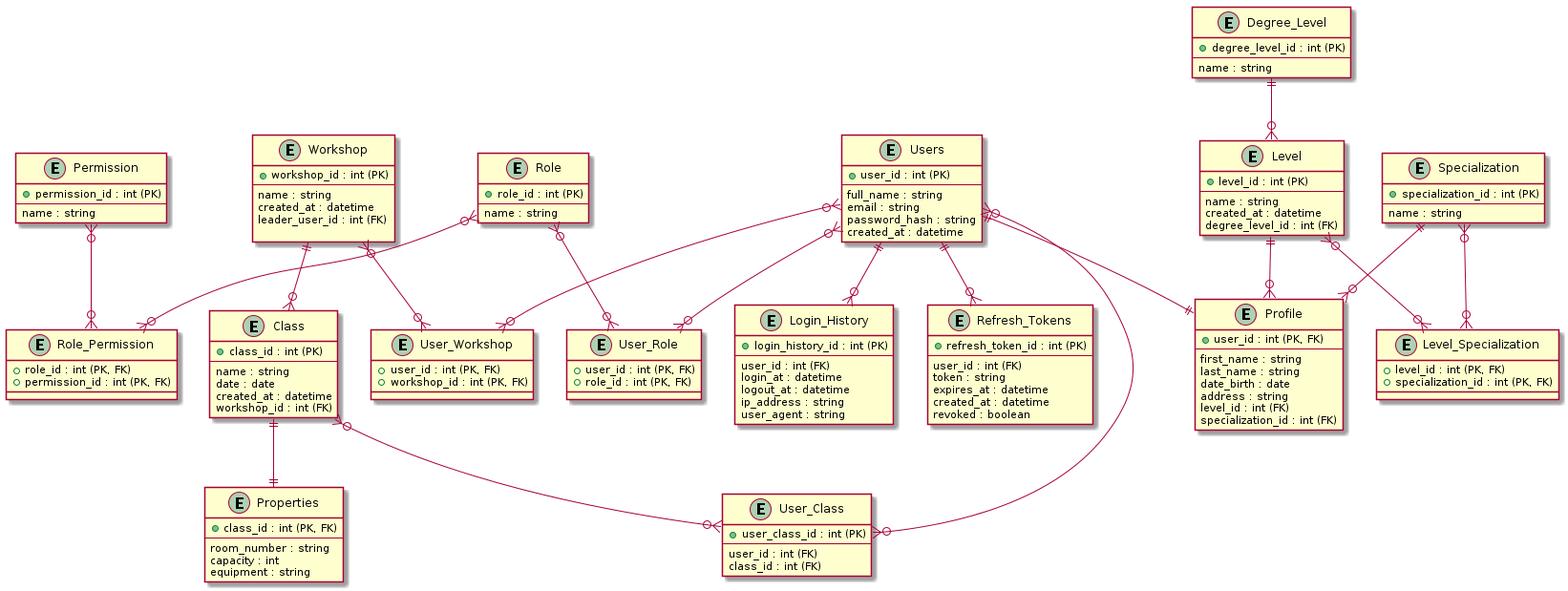
The PlantUML diagram Doc_Stu/Diagrams/Erd Diagram/erd.png in AbdelazizBenallou/Quickattend, before a commit. Its source is kept beside it as Doc_Stu/Diagrams/Erd Diagram/erd.puml. The source it was exported from:
```plantuml
@startuml
entity Users {
  +user_id : int (PK)
  --
  full_name : string
  email : string
  password_hash : string
  created_at : datetime
}

entity Workshop {
  +workshop_id : int (PK)
  --
  name : string
  created_at : datetime
  leader_user_id : int (FK)

}


entity User_Workshop {
  +user_id : int (PK, FK)
  +workshop_id : int (PK, FK)
}

Users }o--o{ User_Workshop
Workshop }o--o{ User_Workshop


top to bottom direction

entity Class {
  +class_id : int (PK)
  --
  name : string
  date : date
  created_at : datetime
  workshop_id : int (FK)
}

Workshop ||--o{ Class

entity Role {
  +role_id : int (PK)
  --
  name : string
}

entity Permission {
  +permission_id : int (PK)
  --
  name : string
}

entity Role_Permission {
  +role_id : int (PK, FK)
  +permission_id : int (PK, FK)
}

entity User_Role {
  +user_id : int (PK, FK)
  +role_id : int (PK, FK)
}


Role }o--o{ Role_Permission
Permission }o--o{ Role_Permission
Users }o--o{ User_Role
Role }o--o{ User_Role


entity Profile {
  +user_id : int (PK, FK)
  --
  first_name : string
  last_name : string
  date_birth : date
  address : string
  level_id : int (FK)
  specialization_id : int (FK)
}

entity Level {
  +level_id : int (PK)
  --
  name : string
  created_at : datetime
  degree_level_id : int (FK)
}

entity Specialization {
  +specialization_id : int (PK)
  --
  name : string
}

entity Degree_Level {
  +degree_level_id : int (PK)
  --
  name : string
}

entity Level_Specialization {
  +level_id : int (PK, FK)
  +specialization_id : int (PK, FK)
}

entity User_Class {
  +user_class_id : int (PK)
  --
  user_id : int (FK)
  class_id : int (FK)
}

entity Properties {
  +class_id : int (PK, FK)
  --
  room_number : string
  capacity : int
  equipment : string
}


entity Login_History {
  +login_history_id : int (PK)
  --
  user_id : int (FK)
  login_at : datetime
  logout_at : datetime
  ip_address : string
  user_agent : string
}

entity Refresh_Tokens {
  +refresh_token_id : int (PK)
  --
  user_id : int (FK)
  token : string
  expires_at : datetime
  created_at : datetime
  revoked : boolean
}

Users ||--o{ Refresh_Tokens

Users ||--o{ Login_History
Class ||--|| Properties

Users }o--o{ User_Class
Class }o--o{ User_Class
Level }o--o{ Level_Specialization
Specialization }o--o{ Level_Specialization
Degree_Level ||--o{ Level
Users ||--|| Profile
Level ||--o{ Profile
Specialization ||--o{ Profile


@enduml
```
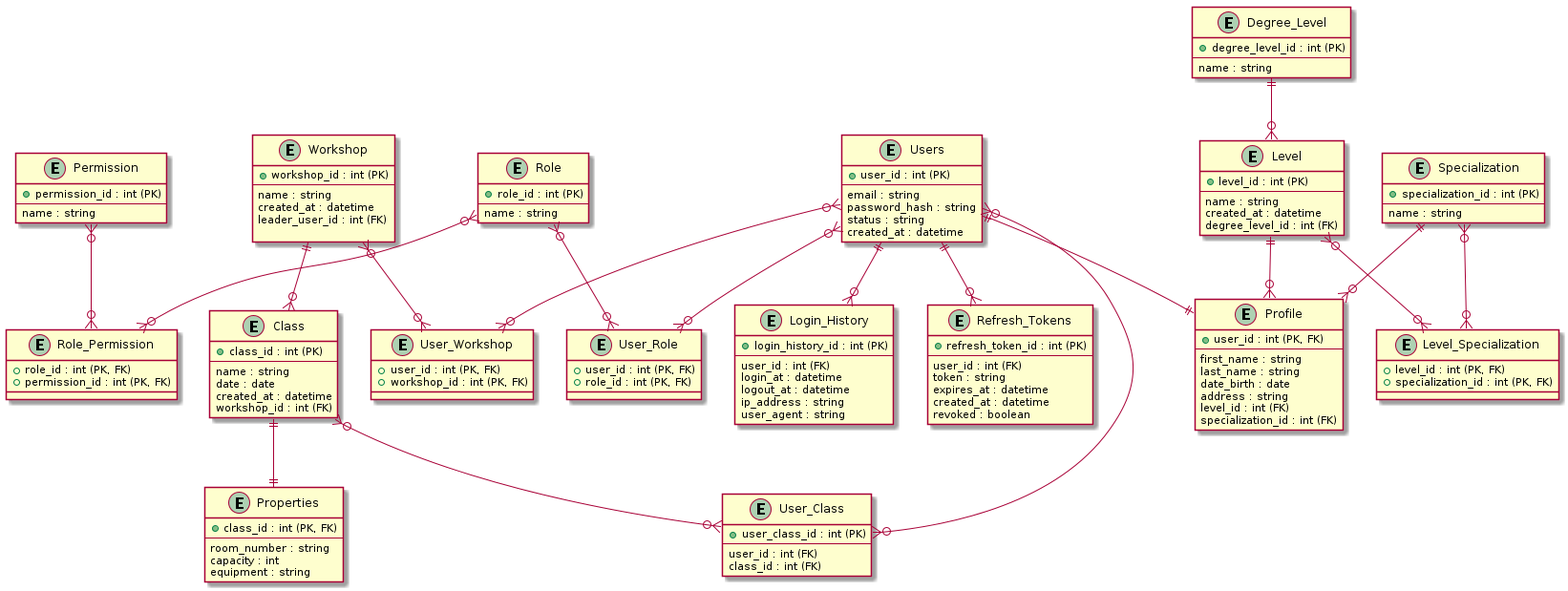
The same file after the commit.

Diff of the diagram source:
```diff
@@ -2,9 +2,9 @@
 entity Users {
   +user_id : int (PK)
   --
-  full_name : string
   email : string
   password_hash : string
+  status : string
   created_at : datetime
 }
 
```
